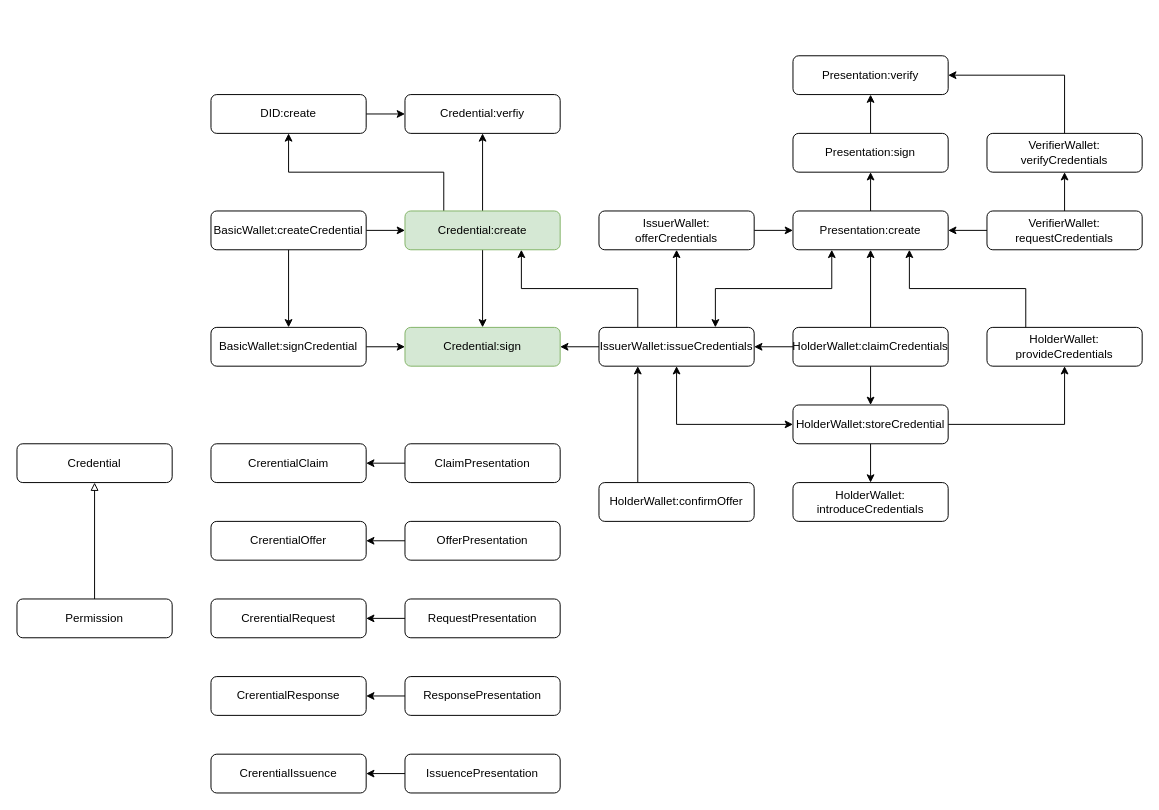
owlmeans/regov-ssi-mono keeps this draw.io diagram as page "Wallet Model" (5 of 6) of docs/MetaID Wallet.drawio. Above is the earlier version. Source tidied: cells renumbered, new cells numbered last; positions are measured from the earlier drawing's top-left corner, leaving out a move shared by most shapes. Both pictures are drawn from the tidied source at 97%, with x=0, y=0 at pixel (16, 55).
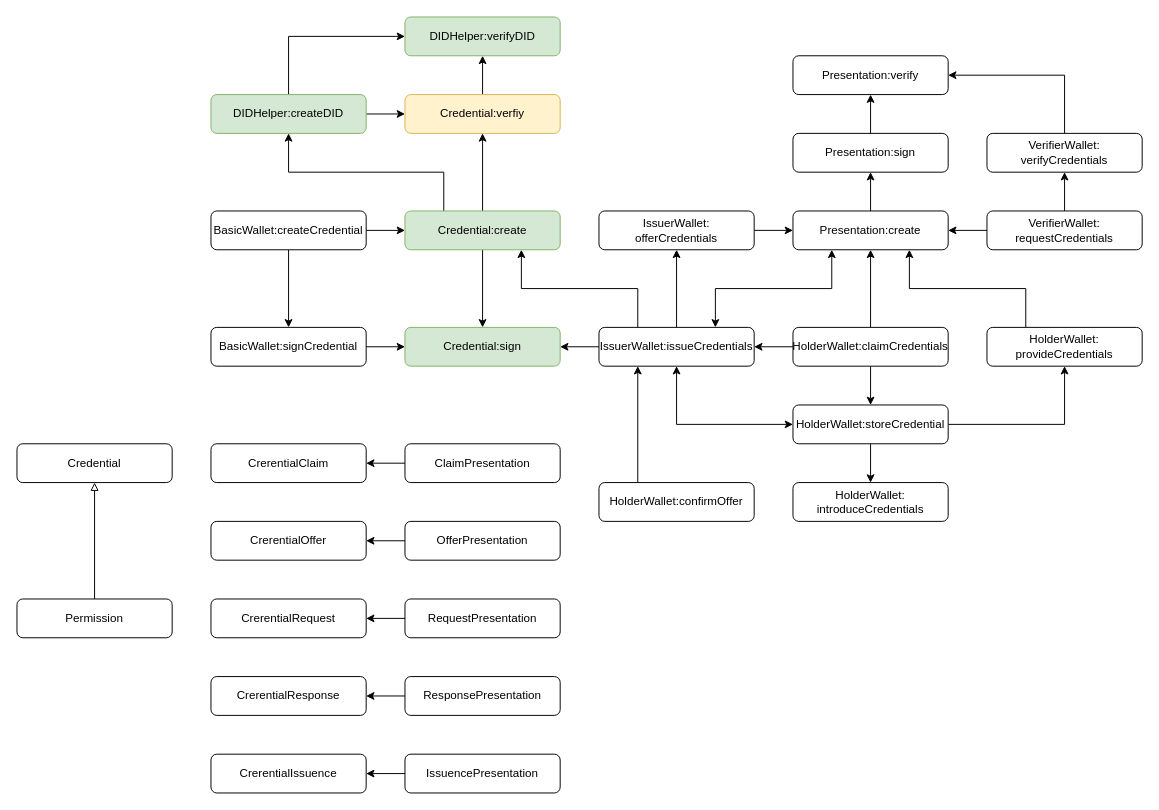
The same page after the edit.

Change to the diagram source:
```diff
@@
+    <mxCell id="63" style="edgeStyle=orthogonalEdgeStyle;rounded=0;jettySize=auto;html=1;exitX=0.5;exitY=0;exitDx=0;exitDy=0;" parent="1" edge="1" source="16" target="65">
+      <mxGeometry relative="1" as="geometry" />
+    </mxCell>
-    <mxCell id="16" value="Credential:verfiy" style="rounded=1;whiteSpace=wrap;html=1;" parent="1" vertex="1">
+    <mxCell id="16" value="Credential:verfiy" style="rounded=1;whiteSpace=wrap;html=1;fillColor=#fff2cc;strokeColor=#d6b656;" parent="1" vertex="1">
       <mxGeometry x="400" y="40" width="160" height="40" as="geometry" />
     </mxCell>
@@
+    <mxCell id="64" style="edgeStyle=orthogonalEdgeStyle;rounded=0;jettySize=auto;html=1;exitX=0.5;exitY=0;exitDx=0;exitDy=0;entryX=0;entryY=0.5;entryDx=0;entryDy=0;" parent="1" edge="1" source="62" target="65">
+      <mxGeometry relative="1" as="geometry" />
+    </mxCell>
-    <mxCell id="62" value="DID:create" style="rounded=1;whiteSpace=wrap;html=1;" parent="1" vertex="1">
+    <mxCell id="62" value="DIDHelper:createDID" style="rounded=1;whiteSpace=wrap;html=1;fillColor=#d5e8d4;strokeColor=#82b366;" parent="1" vertex="1">
       <mxGeometry x="200" y="40" width="160" height="40" as="geometry" />
     </mxCell>
+    <mxCell id="65" value="DIDHelper:verifyDID" style="rounded=1;whiteSpace=wrap;html=1;fillColor=#d5e8d4;strokeColor=#82b366;" parent="1" vertex="1">
+      <mxGeometry x="400" y="-40" width="160" height="40" as="geometry" />
+    </mxCell>
```
